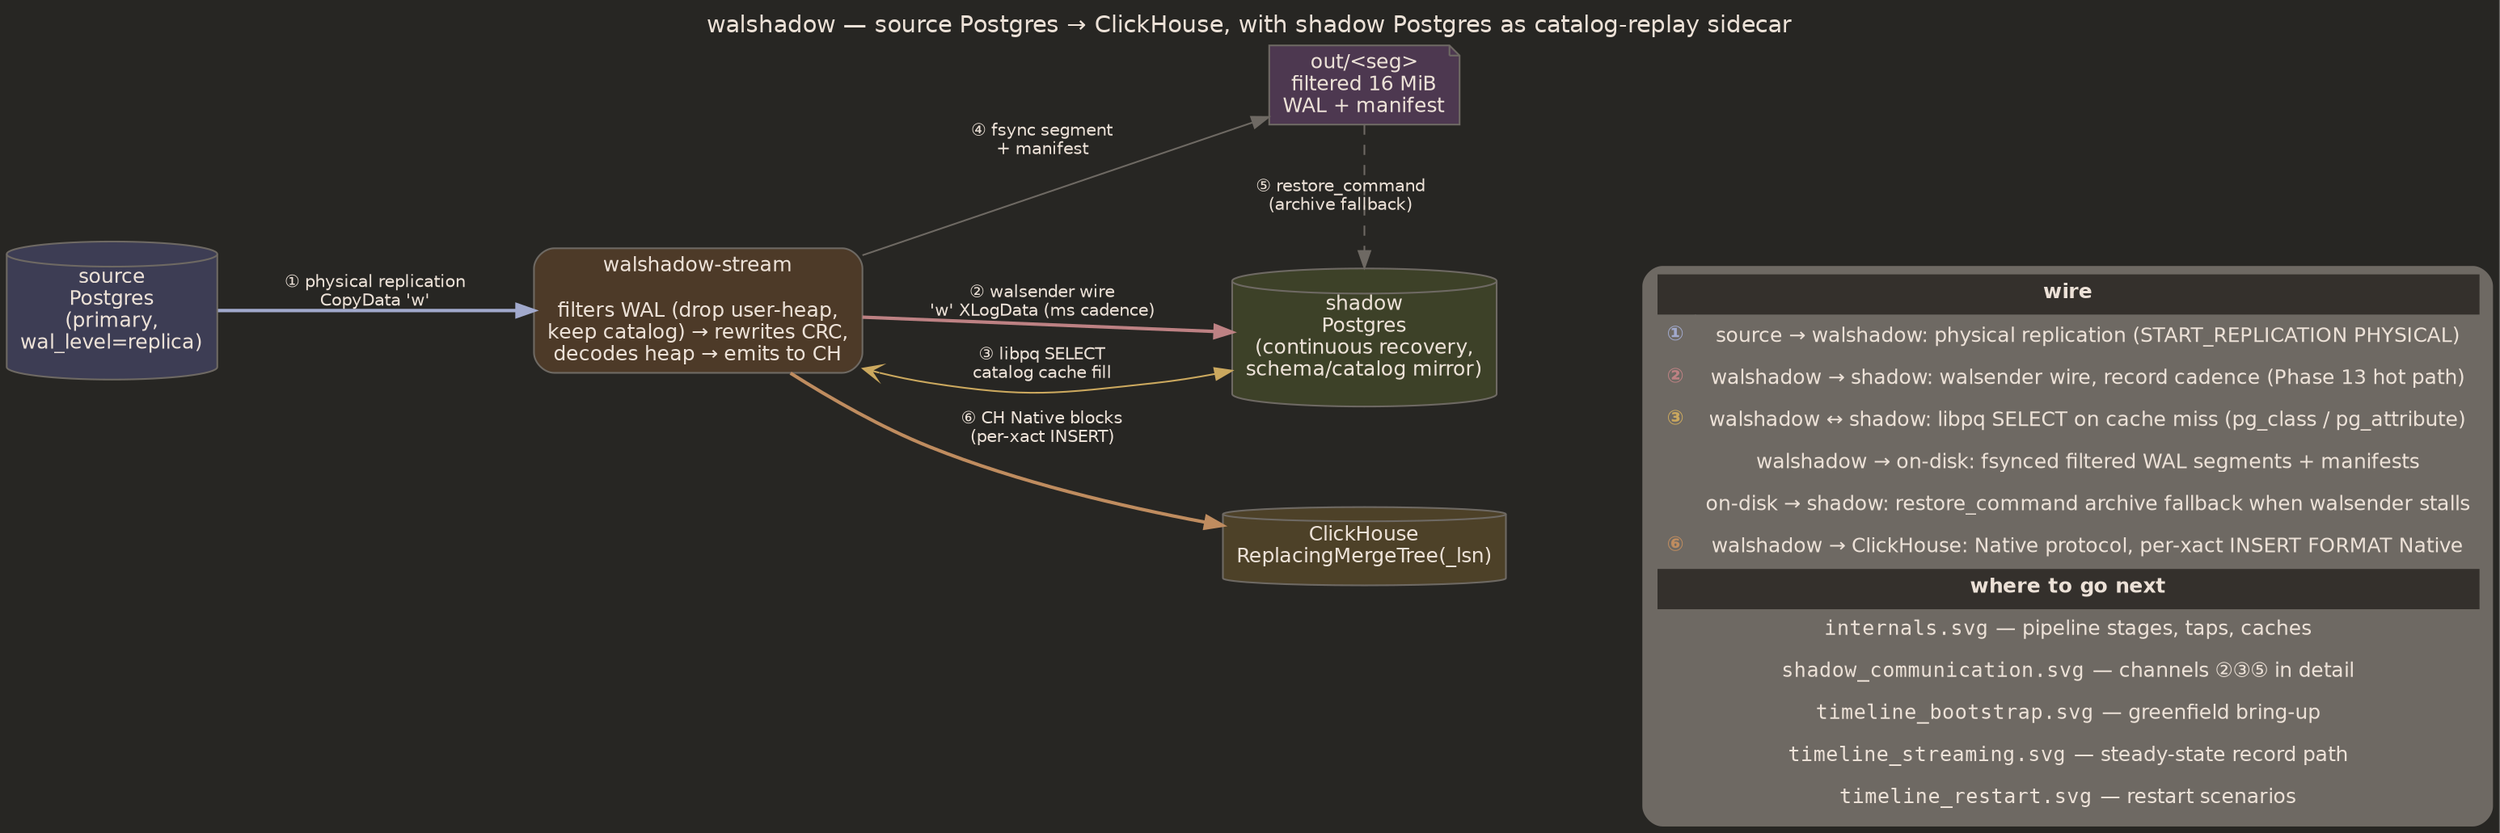
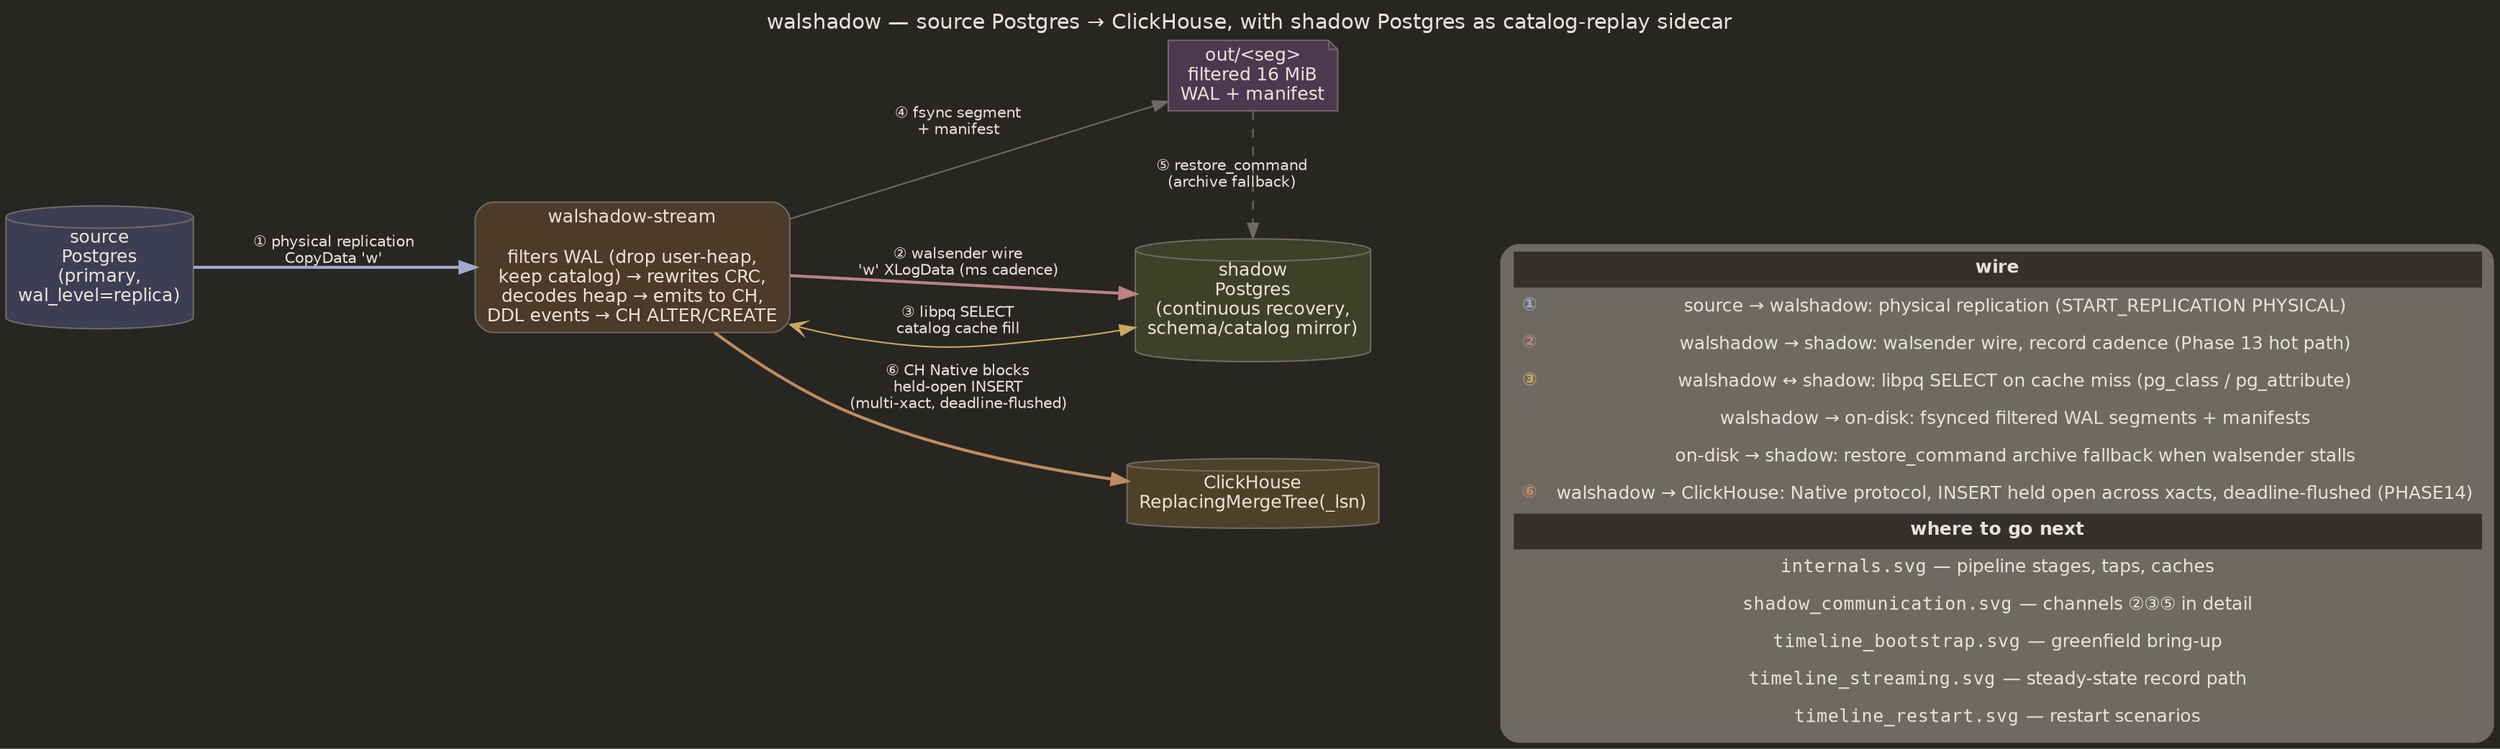
// walshadow — 30-second system view
// 5 boxes, 6 wires. For deeper pipeline detail, see internals.dot.
digraph overview {
  rankdir=LR;
  graph [fontname="Helvetica", labelloc="t", label="walshadow — source Postgres → ClickHouse, with shadow Postgres as catalog-replay sidecar", fontsize=14, splines=spline, nodesep=0.6, ranksep=1.1, bgcolor="#272623", fontcolor="#ECE1D7"];
  node  [fontname="Helvetica", fontsize=12, shape=box, style="rounded,filled", color="#6E6963", fontcolor="#ECE1D7"];
  edge  [fontname="Helvetica", fontsize=10, color="#c1a78e", fontcolor="#ECE1D7"];

  // ─── 5 actors ───
  src [label="source\nPostgres\n(primary,\nwal_level=replica)",                                                          fillcolor="#3D3D54", shape=cylinder];
-   wal [label="walshadow-stream\n\nfilters WAL (drop user-heap,\nkeep catalog) → rewrites CRC,\ndecodes heap → emits to CH",
+   wal [label="walshadow-stream\n\nfilters WAL (drop user-heap,\nkeep catalog) → rewrites CRC,\ndecodes heap → emits to CH,\nDDL events → CH ALTER/CREATE",
       fillcolor="#4D3A28", width=2.6];
  arc [label="out/<seg>\nfiltered 16 MiB\nWAL + manifest",                                                                fillcolor="#4D3850", shape=note];
  shd [label="shadow\nPostgres\n(continuous recovery,\nschema/catalog mirror)",                                            fillcolor="#3D4128", shape=cylinder];
  ch  [label="ClickHouse\nReplacingMergeTree(_lsn)",                                                                       fillcolor="#4D4128", shape=cylinder];

  // ─── 6 wires ───
  src -> wal [label="① physical replication\nCopyData 'w'",                       color="#A1A9CC", penwidth=2];
  wal -> shd [label="② walsender wire\n'w' XLogData (ms cadence)",                color="#BD8183", penwidth=2];
  wal -> shd [label="③ libpq SELECT\ncatalog cache fill",                         color="#CBA85E", dir=both, arrowtail=open, constraint=false];
  wal -> arc [label="④ fsync segment\n+ manifest",                                color="#6E6963"];
  arc -> shd [label="⑤ restore_command\n(archive fallback)",                      style=dashed, color="#6E6963", constraint=false];
-   wal -> ch  [label="⑥ CH Native blocks\n(per-xact INSERT)",                      color="#BF8C5F", penwidth=2];
+   wal -> ch  [label="⑥ CH Native blocks\nheld-open INSERT\n(multi-xact, deadline-flushed)", color="#BF8C5F", penwidth=2];

  // ─── Legend ───
  legend [shape=plaintext, label=<
    <TABLE BORDER="0" CELLBORDER="1" CELLSPACING="0" CELLPADDING="5">
      <TR><TD COLSPAN="2" BGCOLOR="#34302c"><B>wire</B></TD></TR>
      <TR><TD><FONT COLOR="#A1A9CC"><B>①</B></FONT></TD><TD>source → walshadow: physical replication (START_REPLICATION PHYSICAL)</TD></TR>
      <TR><TD><FONT COLOR="#BD8183"><B>②</B></FONT></TD><TD>walshadow → shadow: walsender wire, record cadence (Phase 13 hot path)</TD></TR>
      <TR><TD><FONT COLOR="#CBA85E"><B>③</B></FONT></TD><TD>walshadow ↔ shadow: libpq SELECT on cache miss (pg_class / pg_attribute)</TD></TR>
      <TR><TD><FONT COLOR="#6E6963"><B>④</B></FONT></TD><TD>walshadow → on-disk: fsynced filtered WAL segments + manifests</TD></TR>
      <TR><TD><FONT COLOR="#6E6963"><B>⑤</B></FONT></TD><TD>on-disk → shadow: restore_command archive fallback when walsender stalls</TD></TR>
-       <TR><TD><FONT COLOR="#BF8C5F"><B>⑥</B></FONT></TD><TD>walshadow → ClickHouse: Native protocol, per-xact INSERT FORMAT Native</TD></TR>
+       <TR><TD><FONT COLOR="#BF8C5F"><B>⑥</B></FONT></TD><TD>walshadow → ClickHouse: Native protocol, INSERT held open across xacts, deadline-flushed (PHASE14)</TD></TR>
      <TR><TD COLSPAN="2" BGCOLOR="#34302c"><B>where to go next</B></TD></TR>
      <TR><TD COLSPAN="2"><FONT FACE="monospace">internals.svg</FONT> — pipeline stages, taps, caches</TD></TR>
      <TR><TD COLSPAN="2"><FONT FACE="monospace">shadow_communication.svg</FONT> — channels ②③⑤ in detail</TD></TR>
      <TR><TD COLSPAN="2"><FONT FACE="monospace">timeline_bootstrap.svg</FONT> — greenfield bring-up</TD></TR>
      <TR><TD COLSPAN="2"><FONT FACE="monospace">timeline_streaming.svg</FONT> — steady-state record path</TD></TR>
      <TR><TD COLSPAN="2"><FONT FACE="monospace">timeline_restart.svg</FONT> — restart scenarios</TD></TR>
    </TABLE>
  >];
  ch -> legend [style=invis];
}
